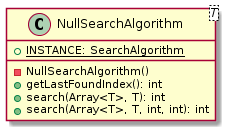
P-Kalin/kit26a keeps this PlantUML diagram as malokhvii-eduard/malokhvii05/doc/plantuml/png/ua.khpi.oop.malokhvii05.common.algorithms.search.NullSearchAlgorithm.png. Above is the earlier version. Source of this version:
```plantuml
@startuml

    class NullSearchAlgorithm<T> {
        {static} +INSTANCE: SearchAlgorithm
        -NullSearchAlgorithm()
        +getLastFoundIndex(): int
        +search(Array<T>, T): int
        +search(Array<T>, T, int, int): int
    }

@enduml
```
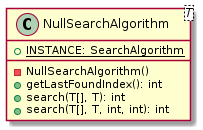
The same file after the commit.

The edit, as a diff of the source:
```diff
@@ -4,8 +4,8 @@
         {static} +INSTANCE: SearchAlgorithm
         -NullSearchAlgorithm()
         +getLastFoundIndex(): int
-        +search(Array<T>, T): int
-        +search(Array<T>, T, int, int): int
+        +search(T[], T): int
+        +search(T[], T, int, int): int
     }
 
 @enduml
```
